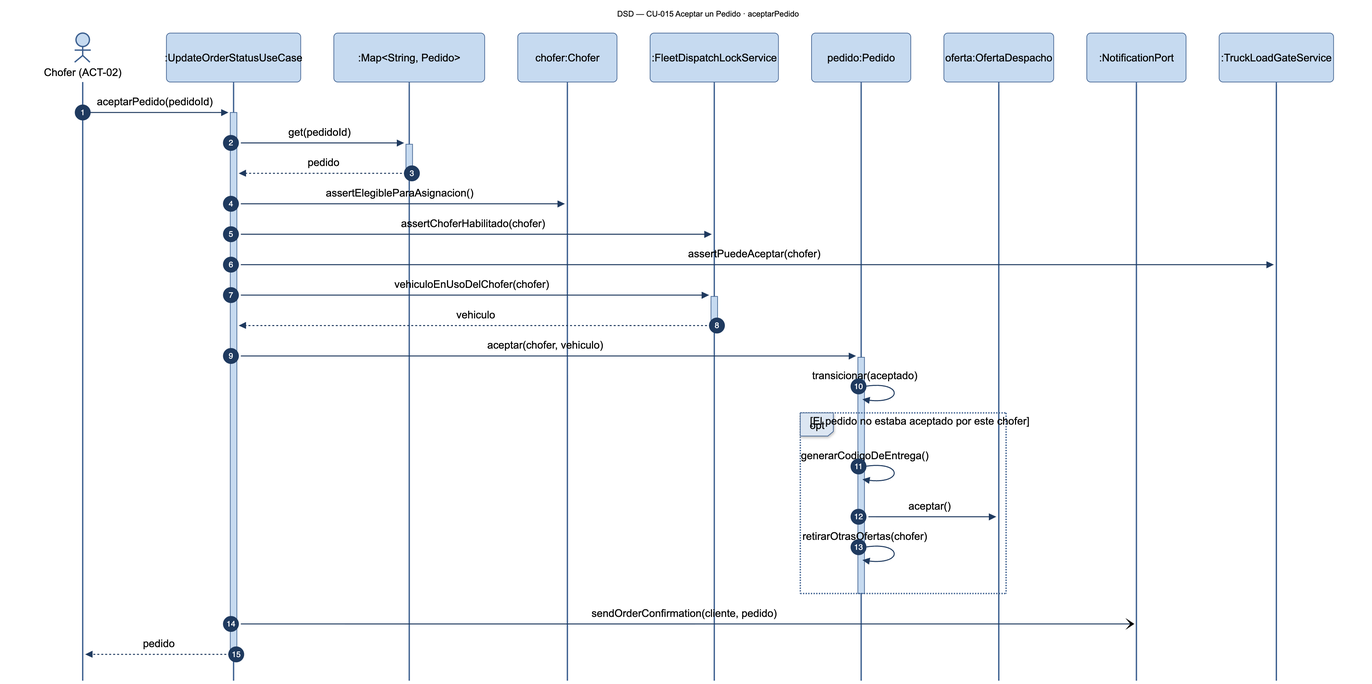
Before: diagramas/png/DSD_CU-015_aceptarPedido.png, a diagram exported from Mermaid (Nahuelito-Dev/splg-docs). Its source is kept beside it as diagramas/DSD_CU-015_aceptarPedido.mmd.
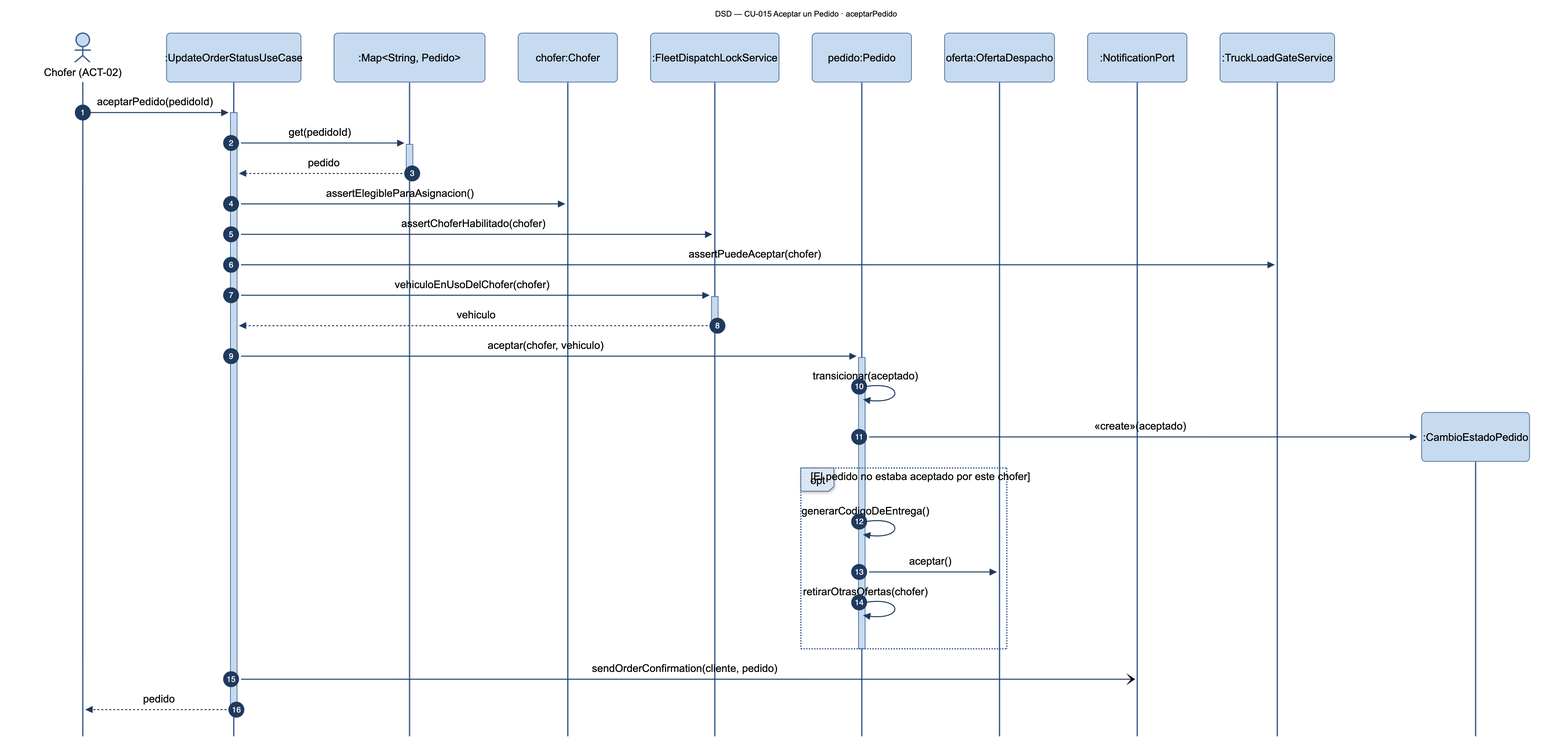
Later version of the same file.

Diff of the diagram source:
```diff
@@ -21,6 +21,8 @@
     FLK-->>-UCS: vehiculo
     UCS->>+PED: aceptar(chofer, vehiculo)
     PED->>PED: transicionar(aceptado)
+    create participant CAM as :CambioEstadoPedido
+    PED->>CAM: «create»(aceptado)
     opt El pedido no estaba aceptado por este chofer
         PED->>PED: generarCodigoDeEntrega()
         PED->>OFE: aceptar()
```
